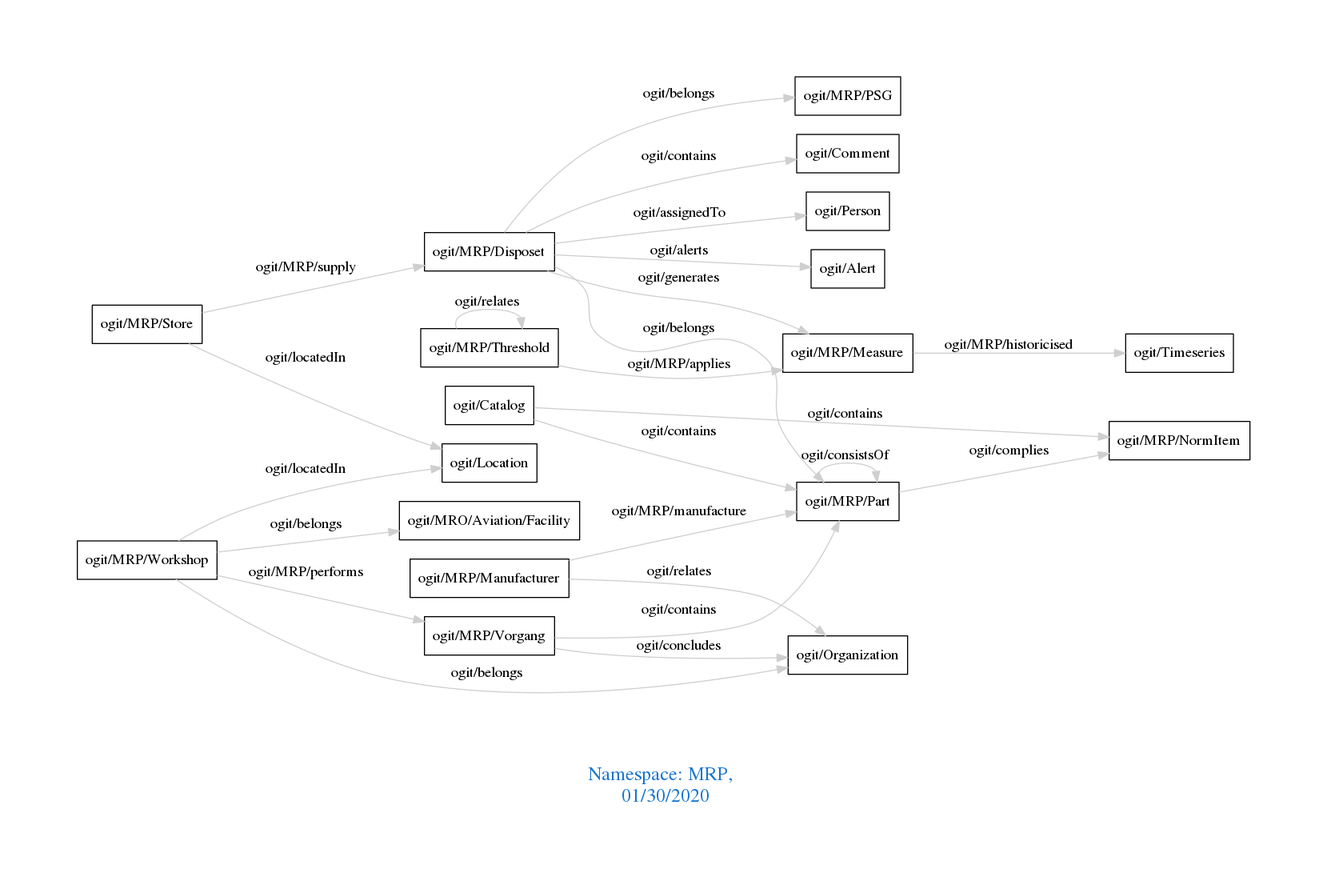
The Graphviz diagram downloads/MRP.png in arago/OGIT, before a commit. Its source is kept beside it as downloads/MRP.dot.
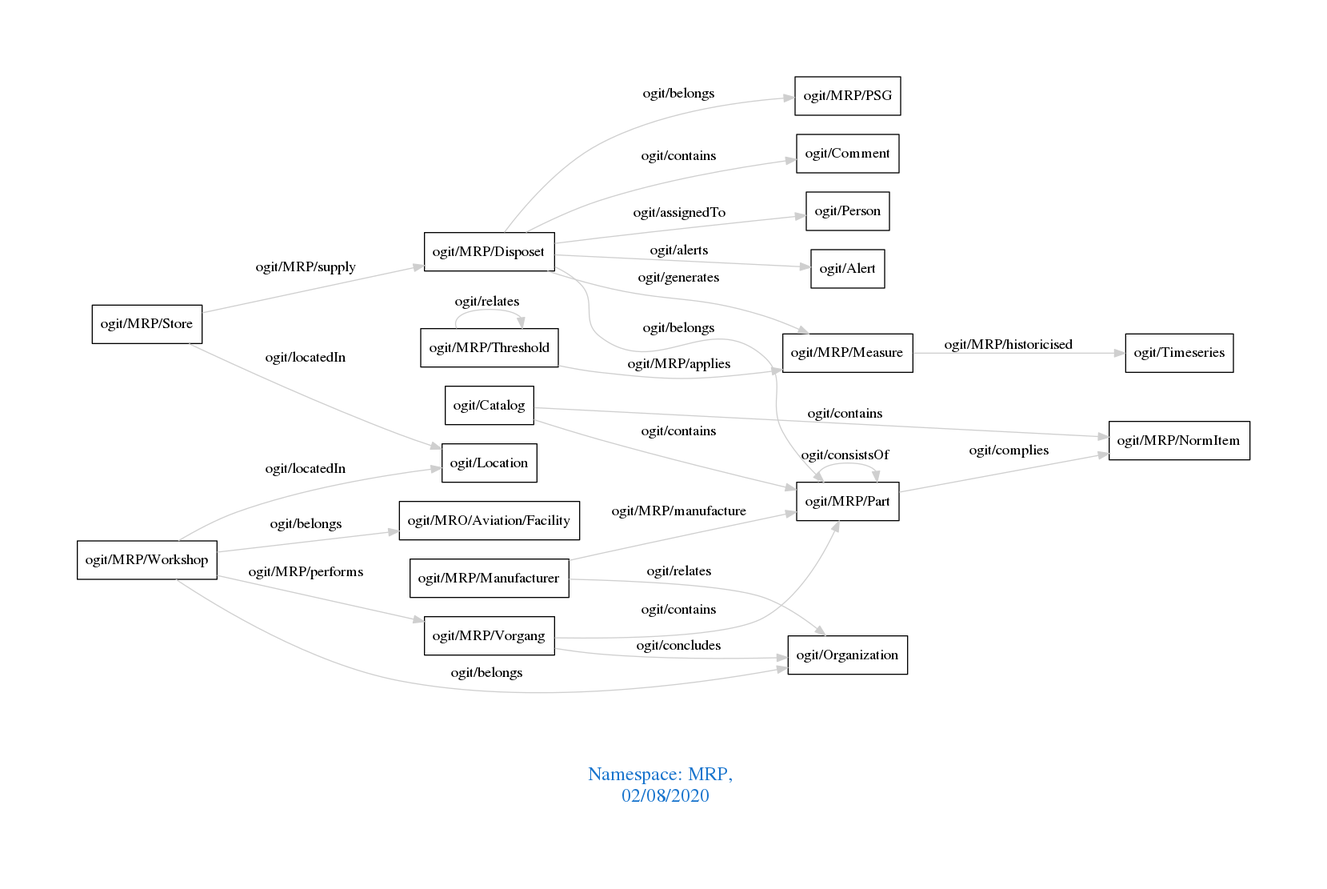
The same diagram one commit later.

The edit, as a diff of the source:
```diff
@@ -1,7 +1,7 @@
 digraph OGIT_ontology {
  graph [ rankdir= LR,pad=1
 fontsize = 18,
-fontcolor= dodgerblue3,label = "\n\n\nNamespace: MRP, \n 01/30/2020"];
+fontcolor= dodgerblue3,label = "\n\n\nNamespace: MRP, \n 02/08/2020"];
 node[shape=polygon];
 edge [  color="gray81"];
 
```
